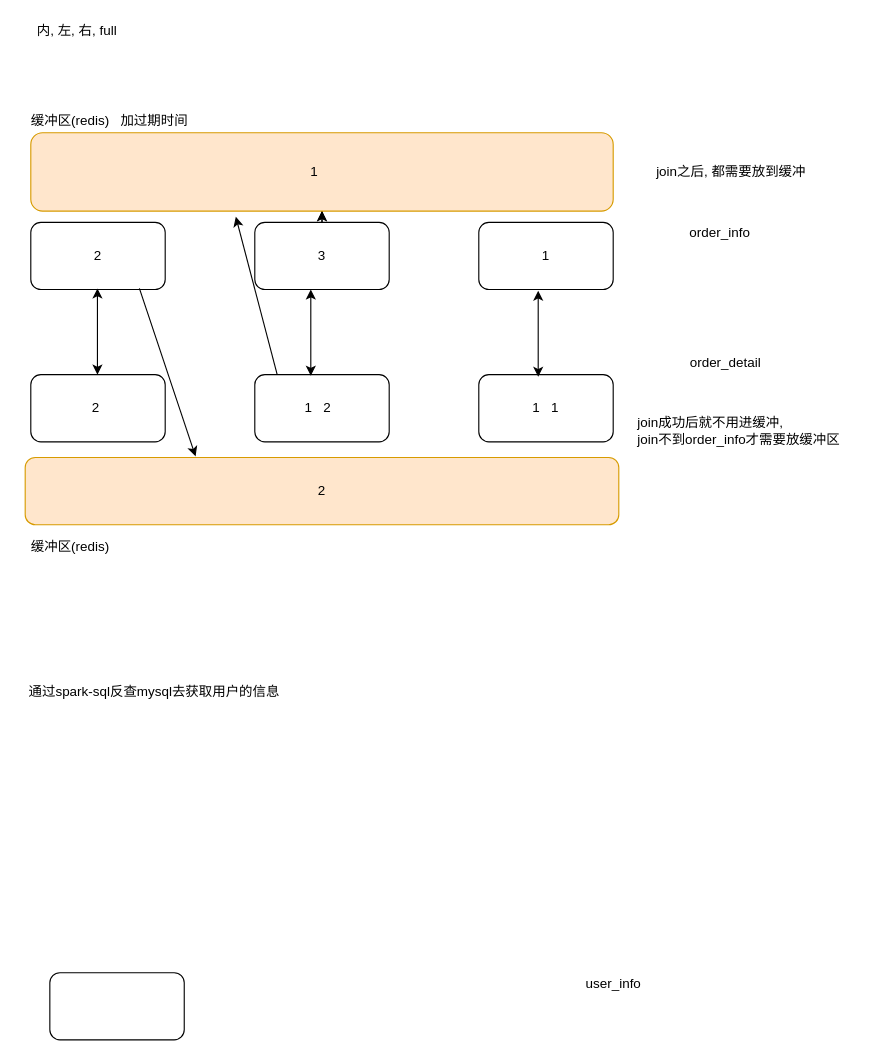
Earlier version of the draw.io diagram page "双流join" (10 of 10) of node/图示.drawio (zhenchao125/gmall1015). Source tidied: cells renumbered, new cells numbered last; positions are measured from the earlier drawing's top-left corner, leaving out a move shared by most shapes. Both pictures are drawn from the tidied source at 112%, with x=0, y=0 at pixel (19, 19).
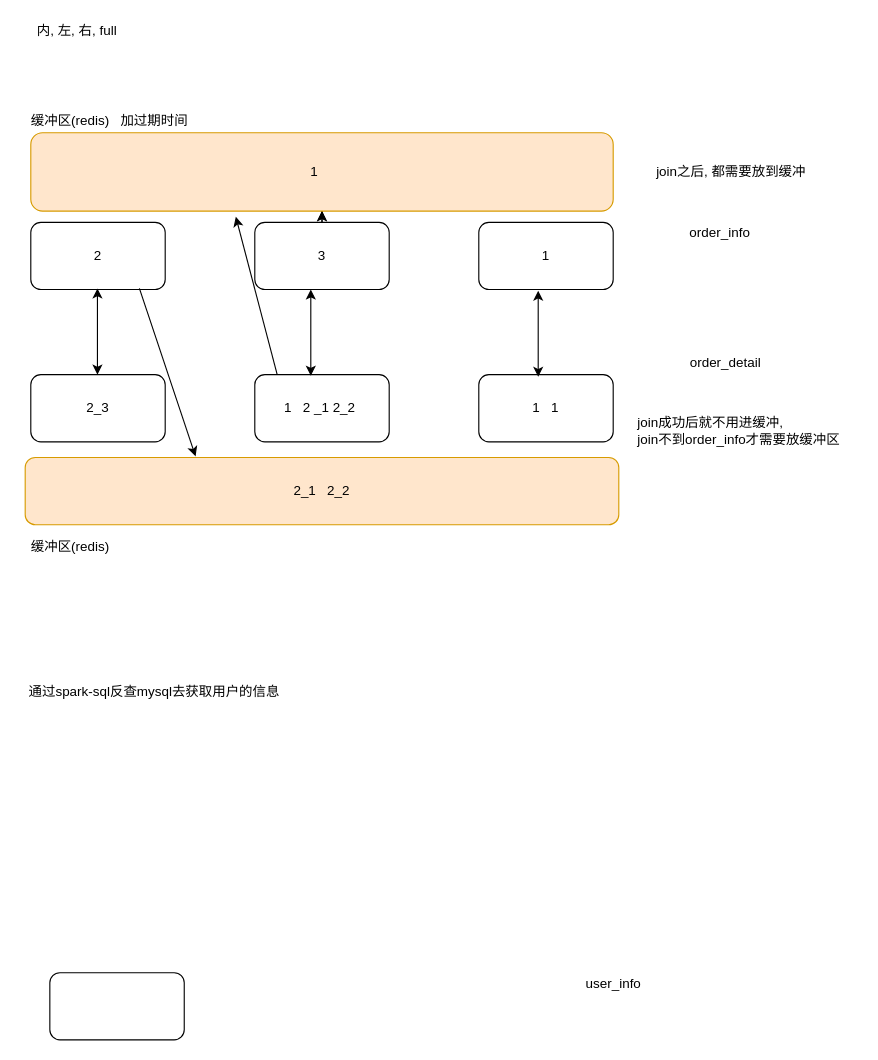
The same diagram, later.

Change to the diagram source:
```diff
@@
-    <mxCell id="8" value="2&amp;nbsp;" style="rounded=1;whiteSpace=wrap;html=1;" parent="1" vertex="1">
+    <mxCell id="8" value="2_3" style="rounded=1;whiteSpace=wrap;html=1;" parent="1" vertex="1">
       <mxGeometry x="10" y="317" width="120" height="60" as="geometry" />
     </mxCell>
-    <mxCell id="9" value="1&amp;nbsp; &amp;nbsp;2&amp;nbsp;&amp;nbsp;" style="rounded=1;whiteSpace=wrap;html=1;" parent="1" vertex="1">
+    <mxCell id="9" value="1&amp;nbsp; &amp;nbsp;2 _1 2_2&amp;nbsp;" style="rounded=1;whiteSpace=wrap;html=1;" parent="1" vertex="1">
       <mxGeometry x="210" y="317" width="120" height="60" as="geometry" />
     </mxCell>
@@
-    <mxCell id="20" value="2" style="rounded=1;whiteSpace=wrap;html=1;fillColor=#ffe6cc;strokeColor=#d79b00;" parent="1" vertex="1">
+    <mxCell id="20" value="2_1&amp;nbsp; &amp;nbsp;2_2" style="rounded=1;whiteSpace=wrap;html=1;fillColor=#ffe6cc;strokeColor=#d79b00;" parent="1" vertex="1">
       <mxGeometry x="5" y="391" width="530" height="60" as="geometry" />
     </mxCell>
```
